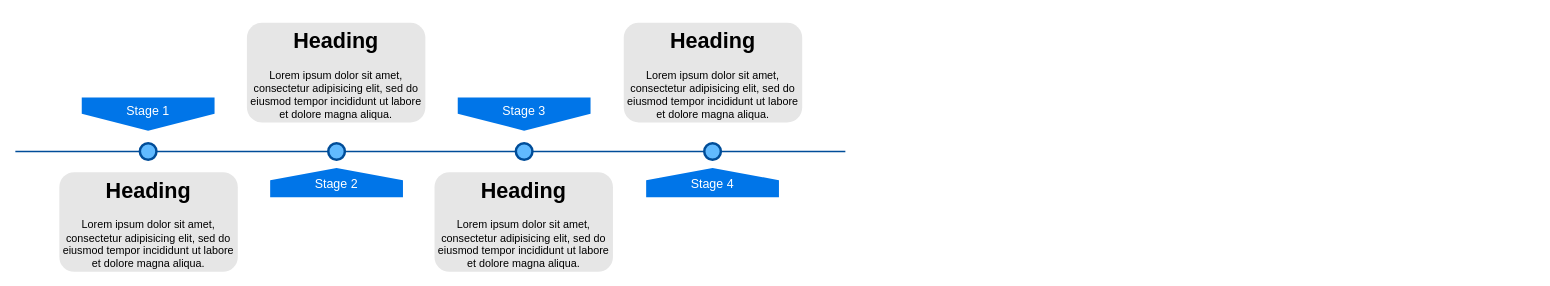
The draw.io diagram timeline.drawio in JiabinYang/Doc, before the edit. Source tidied: cells renumbered, new cells numbered last; positions are measured from the earlier drawing's top-left corner, leaving out a move shared by most shapes. Both pictures are drawn from the tidied source at 83%, with x=0, y=0 at pixel (15, 22).
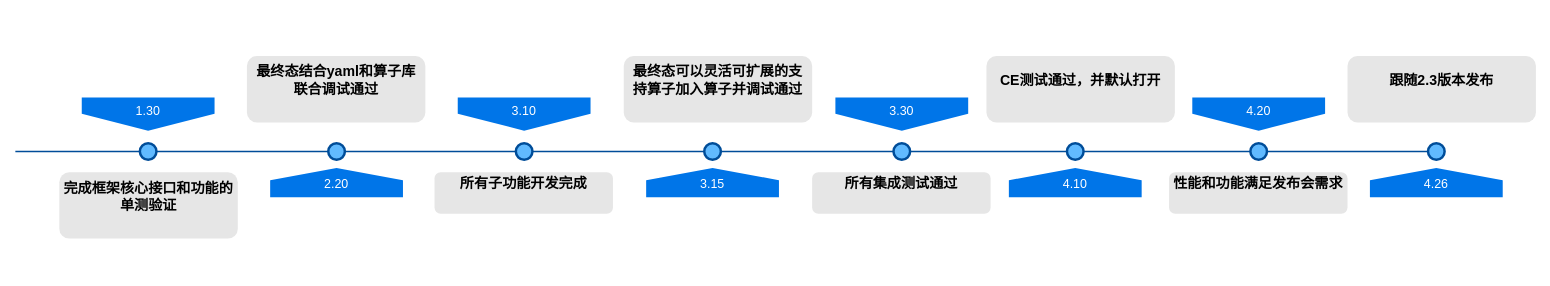
Above is the later version.

The edit, as a diff of the source:
```diff
@@
     <mxCell id="2" style="line;strokeWidth=2;html=1;fillColor=none;fontSize=28;fontColor=#004D99;strokeColor=#004D99;" parent="1" vertex="1">
-      <mxGeometry y="150" width="1000" height="10" as="geometry" />
+      <mxGeometry y="150" width="1710" height="10" as="geometry" />
     </mxCell>
-    <mxCell id="3" value="Stage 1" style="shape=offPageConnector;whiteSpace=wrap;html=1;fillColor=#0075E8;fontSize=15;fontColor=#FFFFFF;size=0.5093750000000015;verticalAlign=top;strokeColor=none;" parent="1" vertex="1">
+    <mxCell id="3" value="1.30" style="shape=offPageConnector;whiteSpace=wrap;html=1;fillColor=#0075E8;fontSize=15;fontColor=#FFFFFF;size=0.5093750000000015;verticalAlign=top;strokeColor=none;" parent="1" vertex="1">
       <mxGeometry x="80" y="90" width="160" height="40" as="geometry" />
     </mxCell>
-    <mxCell id="4" value="&lt;span&gt;Stage 3&lt;/span&gt;" style="shape=offPageConnector;whiteSpace=wrap;html=1;fillColor=#0075E8;fontSize=15;fontColor=#FFFFFF;size=0.5093750000000015;verticalAlign=top;strokeColor=none;" parent="1" vertex="1">
+    <mxCell id="4" value="&lt;span&gt;3.10&lt;/span&gt;" style="shape=offPageConnector;whiteSpace=wrap;html=1;fillColor=#0075E8;fontSize=15;fontColor=#FFFFFF;size=0.5093750000000015;verticalAlign=top;strokeColor=none;" parent="1" vertex="1">
       <mxGeometry x="533" y="90" width="160" height="40" as="geometry" />
     </mxCell>
-    <mxCell id="5" value="&lt;span&gt;Stage 2&lt;/span&gt;" style="shape=offPageConnector;whiteSpace=wrap;html=1;fillColor=#0075E8;fontSize=15;fontColor=#FFFFFF;size=0.4178571428571445;flipV=1;verticalAlign=bottom;strokeColor=none;spacingBottom=4;" parent="1" vertex="1">
+    <mxCell id="5" value="&lt;span&gt;2.20&lt;/span&gt;" style="shape=offPageConnector;whiteSpace=wrap;html=1;fillColor=#0075E8;fontSize=15;fontColor=#FFFFFF;size=0.4178571428571445;flipV=1;verticalAlign=bottom;strokeColor=none;spacingBottom=4;" parent="1" vertex="1">
       <mxGeometry x="307" y="175" width="160" height="35" as="geometry" />
     </mxCell>
-    <mxCell id="6" value="&lt;span&gt;Stage 4&lt;/span&gt;" style="shape=offPageConnector;whiteSpace=wrap;html=1;fillColor=#0075E8;fontSize=15;fontColor=#FFFFFF;size=0.4178571428571445;flipV=1;verticalAlign=bottom;strokeColor=none;spacingBottom=4;" parent="1" vertex="1">
+    <mxCell id="6" value="3.15" style="shape=offPageConnector;whiteSpace=wrap;html=1;fillColor=#0075E8;fontSize=15;fontColor=#FFFFFF;size=0.4178571428571445;flipV=1;verticalAlign=bottom;strokeColor=none;spacingBottom=4;" parent="1" vertex="1">
       <mxGeometry x="760" y="175" width="160" height="35" as="geometry" />
     </mxCell>
@@
-    <mxCell id="11" value="&lt;h1&gt;Heading&lt;/h1&gt;&lt;p&gt;Lorem ipsum dolor sit amet, consectetur adipisicing elit, sed do eiusmod tempor incididunt ut labore et dolore magna aliqua.&lt;/p&gt;" style="text;html=1;spacing=5;spacingTop=-20;whiteSpace=wrap;overflow=hidden;strokeColor=none;strokeWidth=3;fillColor=#E6E6E6;fontSize=13;fontColor=#000000;align=center;rounded=1;" parent="1" vertex="1">
-      <mxGeometry x="53" y="180" width="215" height="120" as="geometry" />
+    <mxCell id="11" value="&lt;h1 style=&quot;font-size: 17px;&quot;&gt;完成框架核心接口和功能的单测验证&lt;/h1&gt;" style="text;html=1;spacing=5;spacingTop=-20;whiteSpace=wrap;overflow=hidden;strokeColor=none;strokeWidth=3;fillColor=#E6E6E6;fontSize=17;fontColor=#000000;align=center;rounded=1;verticalAlign=middle;" parent="1" vertex="1">
+      <mxGeometry x="53" y="180" width="215" height="80" as="geometry" />
     </mxCell>
-    <mxCell id="12" value="&lt;h1&gt;Heading&lt;/h1&gt;&lt;p&gt;Lorem ipsum dolor sit amet, consectetur adipisicing elit, sed do eiusmod tempor incididunt ut labore et dolore magna aliqua.&lt;/p&gt;" style="text;html=1;spacing=5;spacingTop=-20;whiteSpace=wrap;overflow=hidden;strokeColor=none;strokeWidth=3;fillColor=#E6E6E6;fontSize=13;fontColor=#000000;align=center;rounded=1;" parent="1" vertex="1">
-      <mxGeometry x="279" width="215" height="120" as="geometry" />
+    <mxCell id="12" value="&lt;h1 style=&quot;font-size: 17px;&quot;&gt;最终态结合yaml和算子库联合调试通过&lt;/h1&gt;" style="text;html=1;spacing=5;spacingTop=-20;whiteSpace=wrap;overflow=hidden;strokeColor=none;strokeWidth=3;fillColor=#E6E6E6;fontSize=17;fontColor=#000000;align=center;rounded=1;verticalAlign=middle;" parent="1" vertex="1">
+      <mxGeometry x="279" y="40" width="215" height="80" as="geometry" />
     </mxCell>
-    <mxCell id="13" value="&lt;h1&gt;Heading&lt;/h1&gt;&lt;p&gt;Lorem ipsum dolor sit amet, consectetur adipisicing elit, sed do eiusmod tempor incididunt ut labore et dolore magna aliqua.&lt;/p&gt;" style="text;html=1;spacing=5;spacingTop=-20;whiteSpace=wrap;overflow=hidden;strokeColor=none;strokeWidth=3;fillColor=#E6E6E6;fontSize=13;fontColor=#000000;align=center;rounded=1;" parent="1" vertex="1">
-      <mxGeometry x="505" y="180" width="215" height="120" as="geometry" />
+    <mxCell id="13" value="&lt;h1 style=&quot;font-size: 17px;&quot;&gt;所有子功能开发完成&lt;/h1&gt;" style="text;html=1;spacing=5;spacingTop=-20;whiteSpace=wrap;overflow=hidden;strokeColor=none;strokeWidth=3;fillColor=#E6E6E6;fontSize=17;fontColor=#000000;align=center;rounded=1;verticalAlign=middle;" parent="1" vertex="1">
+      <mxGeometry x="505" y="180" width="215" height="50" as="geometry" />
     </mxCell>
-    <mxCell id="14" value="&lt;h1&gt;Heading&lt;/h1&gt;&lt;p&gt;Lorem ipsum dolor sit amet, consectetur adipisicing elit, sed do eiusmod tempor incididunt ut labore et dolore magna aliqua.&lt;/p&gt;" style="text;html=1;spacing=5;spacingTop=-20;whiteSpace=wrap;overflow=hidden;strokeColor=none;strokeWidth=3;fillColor=#E6E6E6;fontSize=13;fontColor=#000000;align=center;rounded=1;" parent="1" vertex="1">
-      <mxGeometry x="733" width="215" height="120" as="geometry" />
+    <mxCell id="14" value="&lt;h1 style=&quot;font-size: 17px;&quot;&gt;最终态可以灵活可扩展的支持算子加入算子并调试通过&lt;/h1&gt;" style="text;html=1;spacing=5;spacingTop=-20;whiteSpace=wrap;overflow=hidden;strokeColor=none;strokeWidth=3;fillColor=#E6E6E6;fontSize=17;fontColor=#000000;align=center;rounded=1;verticalAlign=middle;" parent="1" vertex="1">
+      <mxGeometry x="733" y="40" width="227" height="80" as="geometry" />
     </mxCell>
+    <mxCell id="15" value="&lt;span&gt;3.30&lt;/span&gt;" style="shape=offPageConnector;whiteSpace=wrap;html=1;fillColor=#0075E8;fontSize=15;fontColor=#FFFFFF;size=0.5093750000000015;verticalAlign=top;strokeColor=none;" parent="1" vertex="1">
+      <mxGeometry x="988" y="90" width="160" height="40" as="geometry" />
+    </mxCell>
+    <mxCell id="16" style="ellipse;whiteSpace=wrap;html=1;fillColor=#61BAFF;fontSize=28;fontColor=#004D99;strokeWidth=3;strokeColor=#004D99;" parent="1" vertex="1">
+      <mxGeometry x="1058" y="145" width="20" height="20" as="geometry" />
+    </mxCell>
+    <mxCell id="17" value="&lt;h1 style=&quot;font-size: 17px&quot;&gt;所有集成测试通过&lt;/h1&gt;" style="text;html=1;spacing=5;spacingTop=-20;whiteSpace=wrap;overflow=hidden;strokeColor=none;strokeWidth=3;fillColor=#E6E6E6;fontSize=17;fontColor=#000000;align=center;rounded=1;verticalAlign=middle;" parent="1" vertex="1">
+      <mxGeometry x="960" y="180" width="215" height="50" as="geometry" />
+    </mxCell>
+    <mxCell id="18" value="4.10" style="shape=offPageConnector;whiteSpace=wrap;html=1;fillColor=#0075E8;fontSize=15;fontColor=#FFFFFF;size=0.4178571428571445;flipV=1;verticalAlign=bottom;strokeColor=none;spacingBottom=4;" parent="1" vertex="1">
+      <mxGeometry x="1197" y="175" width="160" height="35" as="geometry" />
+    </mxCell>
+    <mxCell id="19" style="ellipse;whiteSpace=wrap;html=1;fillColor=#61BAFF;fontSize=28;fontColor=#004D99;strokeWidth=3;strokeColor=#004D99;" parent="1" vertex="1">
+      <mxGeometry x="1267" y="145" width="20" height="20" as="geometry" />
+    </mxCell>
+    <mxCell id="20" value="&lt;h1 style=&quot;font-size: 17px&quot;&gt;CE测试通过，并默认打开&lt;/h1&gt;" style="text;html=1;spacing=5;spacingTop=-20;whiteSpace=wrap;overflow=hidden;strokeColor=none;strokeWidth=3;fillColor=#E6E6E6;fontSize=17;fontColor=#000000;align=center;rounded=1;verticalAlign=middle;" parent="1" vertex="1">
+      <mxGeometry x="1170" y="40" width="227" height="80" as="geometry" />
+    </mxCell>
+    <mxCell id="21" value="&lt;span&gt;4.20&lt;/span&gt;" style="shape=offPageConnector;whiteSpace=wrap;html=1;fillColor=#0075E8;fontSize=15;fontColor=#FFFFFF;size=0.5093750000000015;verticalAlign=top;strokeColor=none;" parent="1" vertex="1">
+      <mxGeometry x="1418" y="90" width="160" height="40" as="geometry" />
+    </mxCell>
+    <mxCell id="22" style="ellipse;whiteSpace=wrap;html=1;fillColor=#61BAFF;fontSize=28;fontColor=#004D99;strokeWidth=3;strokeColor=#004D99;" parent="1" vertex="1">
+      <mxGeometry x="1488" y="145" width="20" height="20" as="geometry" />
+    </mxCell>
+    <mxCell id="23" value="&lt;h1 style=&quot;font-size: 17px&quot;&gt;性能和功能满足发布会需求&lt;/h1&gt;" style="text;html=1;spacing=5;spacingTop=-20;whiteSpace=wrap;overflow=hidden;strokeColor=none;strokeWidth=3;fillColor=#E6E6E6;fontSize=17;fontColor=#000000;align=center;rounded=1;verticalAlign=middle;" parent="1" vertex="1">
+      <mxGeometry x="1390" y="180" width="215" height="50" as="geometry" />
+    </mxCell>
+    <mxCell id="24" value="4.26" style="shape=offPageConnector;whiteSpace=wrap;html=1;fillColor=#0075E8;fontSize=15;fontColor=#FFFFFF;size=0.4178571428571445;flipV=1;verticalAlign=bottom;strokeColor=none;spacingBottom=4;" parent="1" vertex="1">
+      <mxGeometry x="1632" y="175" width="160" height="35" as="geometry" />
+    </mxCell>
+    <mxCell id="25" style="ellipse;whiteSpace=wrap;html=1;fillColor=#61BAFF;fontSize=28;fontColor=#004D99;strokeWidth=3;strokeColor=#004D99;" parent="1" vertex="1">
+      <mxGeometry x="1702" y="145" width="20" height="20" as="geometry" />
+    </mxCell>
+    <mxCell id="26" value="&lt;h1 style=&quot;font-size: 17px&quot;&gt;跟随2.3版本发布&lt;/h1&gt;" style="text;html=1;spacing=5;spacingTop=-20;whiteSpace=wrap;overflow=hidden;strokeColor=none;strokeWidth=3;fillColor=#E6E6E6;fontSize=17;fontColor=#000000;align=center;rounded=1;verticalAlign=middle;" parent="1" vertex="1">
+      <mxGeometry x="1605" y="40" width="227" height="80" as="geometry" />
+    </mxCell>
```
